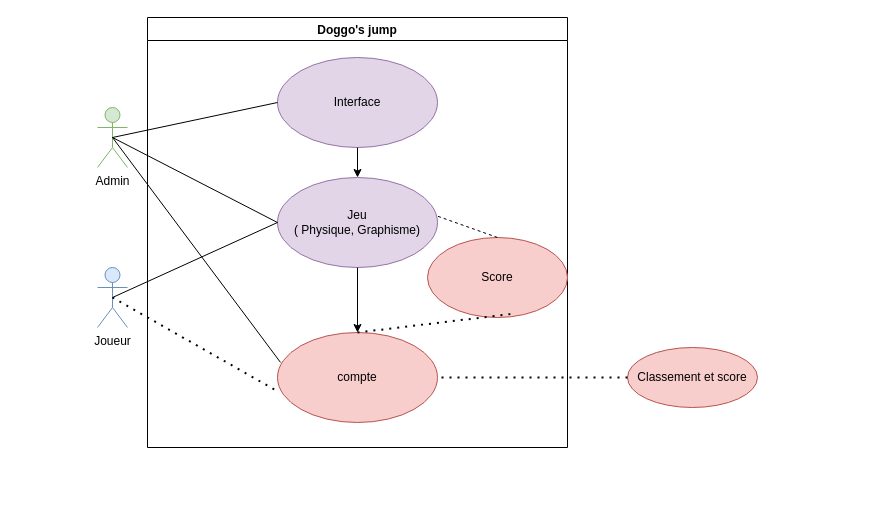
Above: Cas_utilisation.drawio in LaseIo/Doggo-s-Jump (draw.io), before the change. Source tidied: cells renumbered, new cells numbered last; positions are measured from the earlier drawing's top-left corner, leaving out a move shared by most shapes. Both pictures are drawn from the tidied source at 100%, with x=0, y=0 at pixel (97, 17).
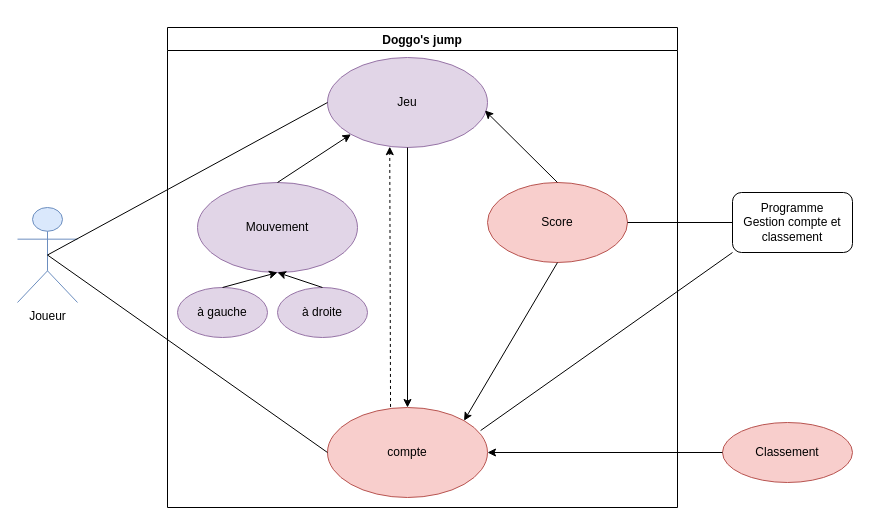
Above is the later version.

Commit message:
Mettre à jour Cas_utilisation.drawio

The edit, as a diff of the source:
```diff
@@
     <mxCell id="2" value="Joueur" style="shape=umlActor;verticalLabelPosition=bottom;verticalAlign=top;html=1;fillColor=#dae8fc;strokeColor=#6c8ebf;" parent="1" vertex="1">
-      <mxGeometry y="250" width="30" height="60" as="geometry" />
+      <mxGeometry x="-80" y="190" width="60" height="95" as="geometry" />
     </mxCell>
-    <mxCell id="3" value="Admin" style="shape=umlActor;verticalLabelPosition=bottom;verticalAlign=top;html=1;fillColor=#d5e8d4;strokeColor=#82b366;" parent="1" vertex="1">
-      <mxGeometry y="90" width="30" height="60" as="geometry" />
-    </mxCell>
     <mxCell id="4" value="Doggo's jump" style="swimlane;" parent="1" vertex="1">
-      <mxGeometry x="50" width="420" height="430" as="geometry" />
+      <mxGeometry x="70" y="10" width="510" height="480" as="geometry" />
     </mxCell>
     <mxCell id="5" value="Score" style="ellipse;whiteSpace=wrap;html=1;align=center;newEdgeStyle={&quot;edgeStyle&quot;:&quot;entityRelationEdgeStyle&quot;,&quot;startArrow&quot;:&quot;none&quot;,&quot;endArrow&quot;:&quot;none&quot;,&quot;segment&quot;:10,&quot;curved&quot;:1,&quot;sourcePerimeterSpacing&quot;:0,&quot;targetPerimeterSpacing&quot;:0};fillColor=#f8cecc;strokeColor=#b85450;" parent="4" vertex="1">
-      <mxGeometry x="280" y="220" width="140" height="80" as="geometry" />
+      <mxGeometry x="320" y="155" width="140" height="80" as="geometry" />
     </mxCell>
     <mxCell id="6" value="compte" style="ellipse;whiteSpace=wrap;html=1;align=center;newEdgeStyle={&quot;edgeStyle&quot;:&quot;entityRelationEdgeStyle&quot;,&quot;startArrow&quot;:&quot;none&quot;,&quot;endArrow&quot;:&quot;none&quot;,&quot;segment&quot;:10,&quot;curved&quot;:1,&quot;sourcePerimeterSpacing&quot;:0,&quot;targetPerimeterSpacing&quot;:0};fillColor=#f8cecc;strokeColor=#b85450;" parent="4" vertex="1">
-      <mxGeometry x="130" y="315" width="160" height="90" as="geometry" />
+      <mxGeometry x="160" y="380" width="160" height="90" as="geometry" />
     </mxCell>
-    <mxCell id="7" style="endArrow=none;dashed=1;html=1;dashPattern=1 3;strokeWidth=2;rounded=0;entryX=0.629;entryY=0.95;entryDx=0;entryDy=0;entryPerimeter=0;exitX=0.5;exitY=0;exitDx=0;exitDy=0;" parent="4" edge="1" source="6" target="5">
-      <mxGeometry relative="1" as="geometry" />
-    </mxCell>
-    <mxCell id="8" style="endArrow=none;dashed=1;html=1;rounded=0;entryX=0.5;entryY=0;entryDx=0;entryDy=0;exitX=1;exitY=1;exitDx=0;exitDy=0;" parent="4" edge="1" target="5">
-      <mxGeometry relative="1" as="geometry">
-        <mxPoint x="256.6" y="186.8" as="sourcePoint" />
-      </mxGeometry>
-    </mxCell>
-    <mxCell id="9" value="Interface" style="ellipse;whiteSpace=wrap;html=1;align=center;newEdgeStyle={&quot;edgeStyle&quot;:&quot;entityRelationEdgeStyle&quot;,&quot;startArrow&quot;:&quot;none&quot;,&quot;endArrow&quot;:&quot;none&quot;,&quot;segment&quot;:10,&quot;curved&quot;:1,&quot;sourcePerimeterSpacing&quot;:0,&quot;targetPerimeterSpacing&quot;:0};fillColor=#e1d5e7;strokeColor=#9673a6;" parent="4" vertex="1">
-      <mxGeometry x="130" y="40" width="160" height="90" as="geometry" />
-    </mxCell>
-    <mxCell id="10" value="Jeu&lt;div&gt;( Physique, Graphisme)&lt;/div&gt;" style="ellipse;whiteSpace=wrap;html=1;align=center;newEdgeStyle={&quot;edgeStyle&quot;:&quot;entityRelationEdgeStyle&quot;,&quot;startArrow&quot;:&quot;none&quot;,&quot;endArrow&quot;:&quot;none&quot;,&quot;segment&quot;:10,&quot;curved&quot;:1,&quot;sourcePerimeterSpacing&quot;:0,&quot;targetPerimeterSpacing&quot;:0};fillColor=#e1d5e7;strokeColor=#9673a6;" parent="4" vertex="1">
-      <mxGeometry x="130" y="160" width="160" height="90" as="geometry" />
+    <mxCell id="10" value="Jeu" style="ellipse;whiteSpace=wrap;html=1;align=center;newEdgeStyle={&quot;edgeStyle&quot;:&quot;entityRelationEdgeStyle&quot;,&quot;startArrow&quot;:&quot;none&quot;,&quot;endArrow&quot;:&quot;none&quot;,&quot;segment&quot;:10,&quot;curved&quot;:1,&quot;sourcePerimeterSpacing&quot;:0,&quot;targetPerimeterSpacing&quot;:0};fillColor=#e1d5e7;strokeColor=#9673a6;" parent="4" vertex="1">
+      <mxGeometry x="160" y="30" width="160" height="90" as="geometry" />
     </mxCell>
-    <mxCell id="11" style="endArrow=classic;html=1;rounded=0;entryX=0.5;entryY=0;entryDx=0;entryDy=0;exitX=0.5;exitY=1;exitDx=0;exitDy=0;" parent="4" edge="1" source="9" target="10">
-      <mxGeometry relative="1" as="geometry" />
-    </mxCell>
@@
+    <mxCell id="20" value="Mouvement" style="ellipse;whiteSpace=wrap;html=1;align=center;newEdgeStyle={&quot;edgeStyle&quot;:&quot;entityRelationEdgeStyle&quot;,&quot;startArrow&quot;:&quot;none&quot;,&quot;endArrow&quot;:&quot;none&quot;,&quot;segment&quot;:10,&quot;curved&quot;:1,&quot;sourcePerimeterSpacing&quot;:0,&quot;targetPerimeterSpacing&quot;:0};fillColor=#e1d5e7;strokeColor=#9673a6;" parent="4" vertex="1">
+      <mxGeometry x="30" y="155" width="160" height="90" as="geometry" />
+    </mxCell>
+    <mxCell id="21" value="à droite" style="ellipse;whiteSpace=wrap;html=1;align=center;newEdgeStyle={&quot;edgeStyle&quot;:&quot;entityRelationEdgeStyle&quot;,&quot;startArrow&quot;:&quot;none&quot;,&quot;endArrow&quot;:&quot;none&quot;,&quot;segment&quot;:10,&quot;curved&quot;:1,&quot;sourcePerimeterSpacing&quot;:0,&quot;targetPerimeterSpacing&quot;:0};fillColor=#e1d5e7;strokeColor=#9673a6;" parent="4" vertex="1">
+      <mxGeometry x="110" y="260" width="90" height="50" as="geometry" />
+    </mxCell>
+    <mxCell id="22" value="à gauche" style="ellipse;whiteSpace=wrap;html=1;align=center;newEdgeStyle={&quot;edgeStyle&quot;:&quot;entityRelationEdgeStyle&quot;,&quot;startArrow&quot;:&quot;none&quot;,&quot;endArrow&quot;:&quot;none&quot;,&quot;segment&quot;:10,&quot;curved&quot;:1,&quot;sourcePerimeterSpacing&quot;:0,&quot;targetPerimeterSpacing&quot;:0};fillColor=#e1d5e7;strokeColor=#9673a6;" parent="4" vertex="1">
+      <mxGeometry x="10" y="260" width="90" height="50" as="geometry" />
+    </mxCell>
+    <mxCell id="23" style="endArrow=classic;html=1;rounded=0;exitX=0.5;exitY=0;exitDx=0;exitDy=0;entryX=0.5;entryY=1;entryDx=0;entryDy=0;" parent="4" edge="1" source="22" target="20">
+      <mxGeometry relative="1" as="geometry" />
+    </mxCell>
+    <mxCell id="24" style="endArrow=classic;html=1;rounded=0;exitX=0.5;exitY=0;exitDx=0;exitDy=0;entryX=0.5;entryY=1;entryDx=0;entryDy=0;" parent="4" edge="1" source="21" target="20">
+      <mxGeometry relative="1" as="geometry" />
+    </mxCell>
+    <mxCell id="25" style="endArrow=classic;html=1;rounded=0;exitX=0.5;exitY=0;exitDx=0;exitDy=0;entryX=0;entryY=1;entryDx=0;entryDy=0;" parent="4" edge="1" source="20" target="10">
+      <mxGeometry relative="1" as="geometry" />
+    </mxCell>
+    <mxCell id="26" style="endArrow=classic;html=1;rounded=0;entryX=0.984;entryY=0.589;entryDx=0;entryDy=0;entryPerimeter=0;exitX=0.5;exitY=0;exitDx=0;exitDy=0;" parent="4" edge="1" source="5" target="10">
+      <mxGeometry relative="1" as="geometry" />
+    </mxCell>
+    <mxCell id="27" style="endArrow=classic;html=1;rounded=0;entryX=1;entryY=0;entryDx=0;entryDy=0;exitX=0.5;exitY=1;exitDx=0;exitDy=0;" parent="4" edge="1" source="5" target="6">
+      <mxGeometry relative="1" as="geometry" />
+    </mxCell>
+    <mxCell id="28" style="endArrow=classic;html=1;rounded=0;exitX=0.394;exitY=-0.006;exitDx=0;exitDy=0;exitPerimeter=0;entryX=0.389;entryY=0.991;entryDx=0;entryDy=0;entryPerimeter=0;dashed=1;" parent="4" edge="1" source="6" target="10">
+      <mxGeometry relative="1" as="geometry" />
+    </mxCell>
@@
+    <mxCell id="18" value="Classement" style="ellipse;whiteSpace=wrap;html=1;align=center;newEdgeStyle={&quot;edgeStyle&quot;:&quot;entityRelationEdgeStyle&quot;,&quot;startArrow&quot;:&quot;none&quot;,&quot;endArrow&quot;:&quot;none&quot;,&quot;segment&quot;:10,&quot;curved&quot;:1,&quot;sourcePerimeterSpacing&quot;:0,&quot;targetPerimeterSpacing&quot;:0};fillColor=#f8cecc;strokeColor=#b85450;" parent="1" vertex="1">
+      <mxGeometry x="625" y="405" width="130" height="60" as="geometry" />
+    </mxCell>
+    <mxCell id="29" value="Programme&lt;div&gt;Gestion compte et classement&lt;/div&gt;" style="rounded=1;whiteSpace=wrap;html=1;" parent="1" vertex="1">
+      <mxGeometry x="635" y="175" width="120" height="60" as="geometry" />
+    </mxCell>
-    <mxCell id="14" style="endArrow=none;dashed=1;html=1;dashPattern=1 3;strokeWidth=2;rounded=0;entryX=-0.009;entryY=0.644;entryDx=0;entryDy=0;entryPerimeter=0;exitX=0.5;exitY=0.5;exitDx=0;exitDy=0;exitPerimeter=0;" parent="1" edge="1" source="2" target="6">
+    <mxCell id="14" style="endArrow=none;html=1;rounded=0;exitX=0.5;exitY=0.5;exitDx=0;exitDy=0;exitPerimeter=0;entryX=0;entryY=0.5;entryDx=0;entryDy=0;" parent="1" edge="1" source="2" target="6">
       <mxGeometry relative="1" as="geometry" />
     </mxCell>
-    <mxCell id="15" style="endArrow=none;html=1;rounded=0;entryX=0.5;entryY=0.5;entryDx=0;entryDy=0;entryPerimeter=0;exitX=0.019;exitY=0.333;exitDx=0;exitDy=0;exitPerimeter=0;" parent="1" edge="1" source="6" target="3">
-      <mxGeometry relative="1" as="geometry" />
-    </mxCell>
-    <mxCell id="16" style="endArrow=none;html=1;rounded=0;exitX=0;exitY=0.5;exitDx=0;exitDy=0;" parent="1" edge="1" source="10">
-      <mxGeometry relative="1" as="geometry">
-        <mxPoint x="15" y="120" as="targetPoint" />
-      </mxGeometry>
-    </mxCell>
-    <mxCell id="17" style="endArrow=none;html=1;rounded=0;exitX=0.5;exitY=0.5;exitDx=0;exitDy=0;exitPerimeter=0;entryX=0;entryY=0.5;entryDx=0;entryDy=0;" parent="1" edge="1" source="3" target="9">
-      <mxGeometry relative="1" as="geometry" />
-    </mxCell>
-    <mxCell id="18" value="Classement et score" style="ellipse;whiteSpace=wrap;html=1;align=center;newEdgeStyle={&quot;edgeStyle&quot;:&quot;entityRelationEdgeStyle&quot;,&quot;startArrow&quot;:&quot;none&quot;,&quot;endArrow&quot;:&quot;none&quot;,&quot;segment&quot;:10,&quot;curved&quot;:1,&quot;sourcePerimeterSpacing&quot;:0,&quot;targetPerimeterSpacing&quot;:0};fillColor=#f8cecc;strokeColor=#b85450;" parent="1" vertex="1">
-      <mxGeometry x="530" y="330" width="130" height="60" as="geometry" />
-    </mxCell>
-    <mxCell id="19" style="endArrow=none;dashed=1;html=1;dashPattern=1 3;strokeWidth=2;rounded=0;exitX=0;exitY=0.5;exitDx=0;exitDy=0;entryX=1;entryY=0.5;entryDx=0;entryDy=0;" parent="1" edge="1" source="18" target="6">
+    <mxCell id="19" style="endArrow=classic;html=1;rounded=0;exitX=0;exitY=0.5;exitDx=0;exitDy=0;entryX=1;entryY=0.5;entryDx=0;entryDy=0;" parent="1" edge="1" source="18" target="6">
       <mxGeometry relative="1" as="geometry" />
     </mxCell>
+    <mxCell id="30" style="endArrow=none;html=1;rounded=0;entryX=0;entryY=0.5;entryDx=0;entryDy=0;exitX=1;exitY=0.5;exitDx=0;exitDy=0;" parent="1" edge="1" source="5" target="29">
+      <mxGeometry relative="1" as="geometry" />
+    </mxCell>
+    <mxCell id="31" style="endArrow=none;html=1;rounded=0;entryX=0;entryY=1;entryDx=0;entryDy=0;exitX=0.957;exitY=0.256;exitDx=0;exitDy=0;exitPerimeter=0;" parent="1" edge="1" source="6" target="29">
+      <mxGeometry relative="1" as="geometry" />
+    </mxCell>
```
